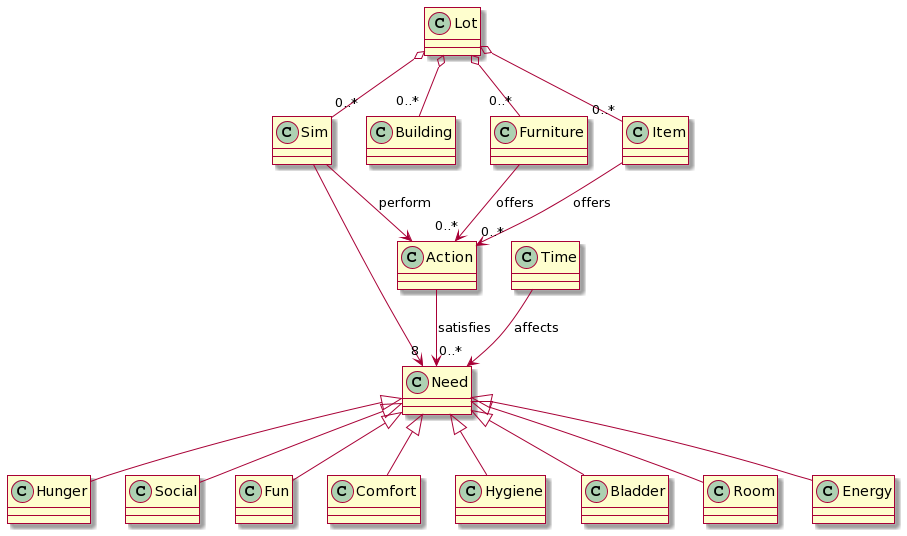
Earlier version of the PlantUML export Docs/Domain.png (Xiphereal/TheSims).
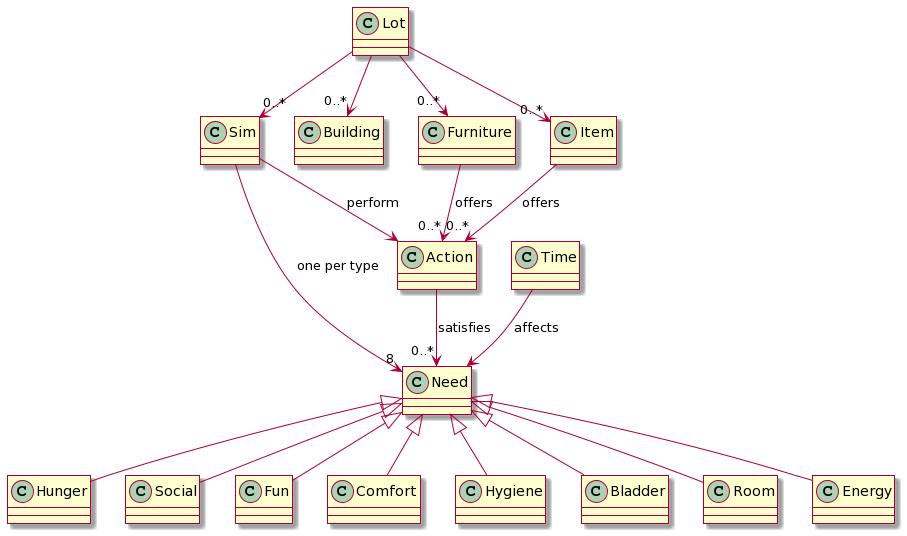
After the commit.

Diff of the diagram source:
```diff
@@ -1,7 +1,7 @@
 @startuml
 skin rose
 
-Sim --> "8" Need
+Sim --> "8" Need : one per type
 Need <|-- Hunger
 Need <|-- Social
 Need <|-- Fun
@@ -15,10 +15,10 @@
 Time --> Need : affects
 Sim --> Action : perform
 
-Lot o-- "0..*" Sim
-Lot o-- "0..*" Building
-Lot o-- "0..*" Furniture
-Lot o-- "0..*" Item
+Lot --> "0..*" Sim
+Lot --> "0..*" Building
+Lot --> "0..*" Furniture
+Lot -->"0..*" Item
 
 Furniture --> "0..*" Action : offers
 Item --> "0..*" Action : offers
```
